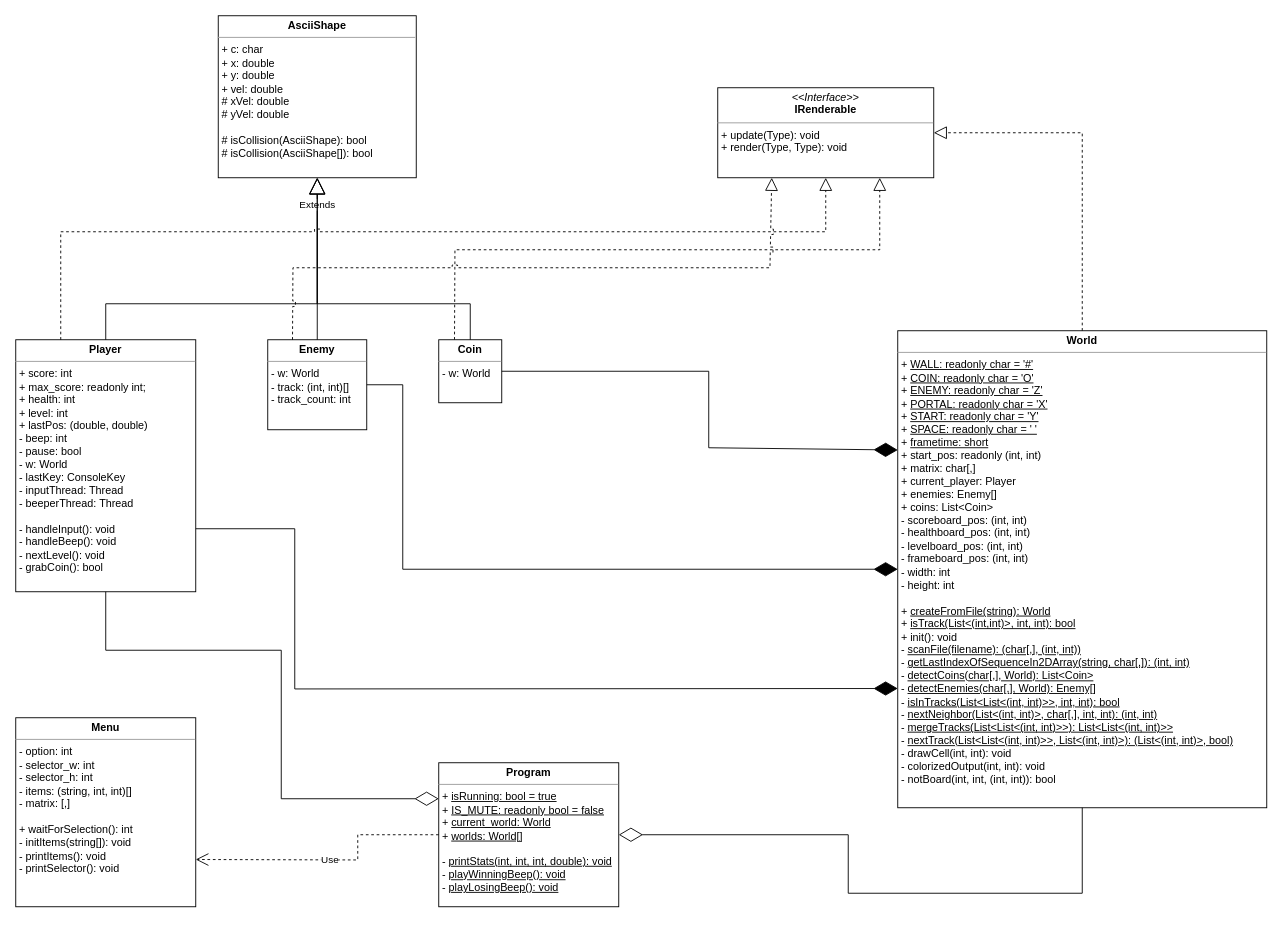
This is AsciiGame.drawio from Artemexbits/BISBB_SS2023_CB_GA1, a draw.io file, before an edit. Source tidied: cells renumbered, new cells numbered last; positions are measured from the earlier drawing's top-left corner, leaving out a move shared by most shapes. Both pictures are drawn from the tidied source at 90%, with x=0, y=0 at pixel (15, 15).
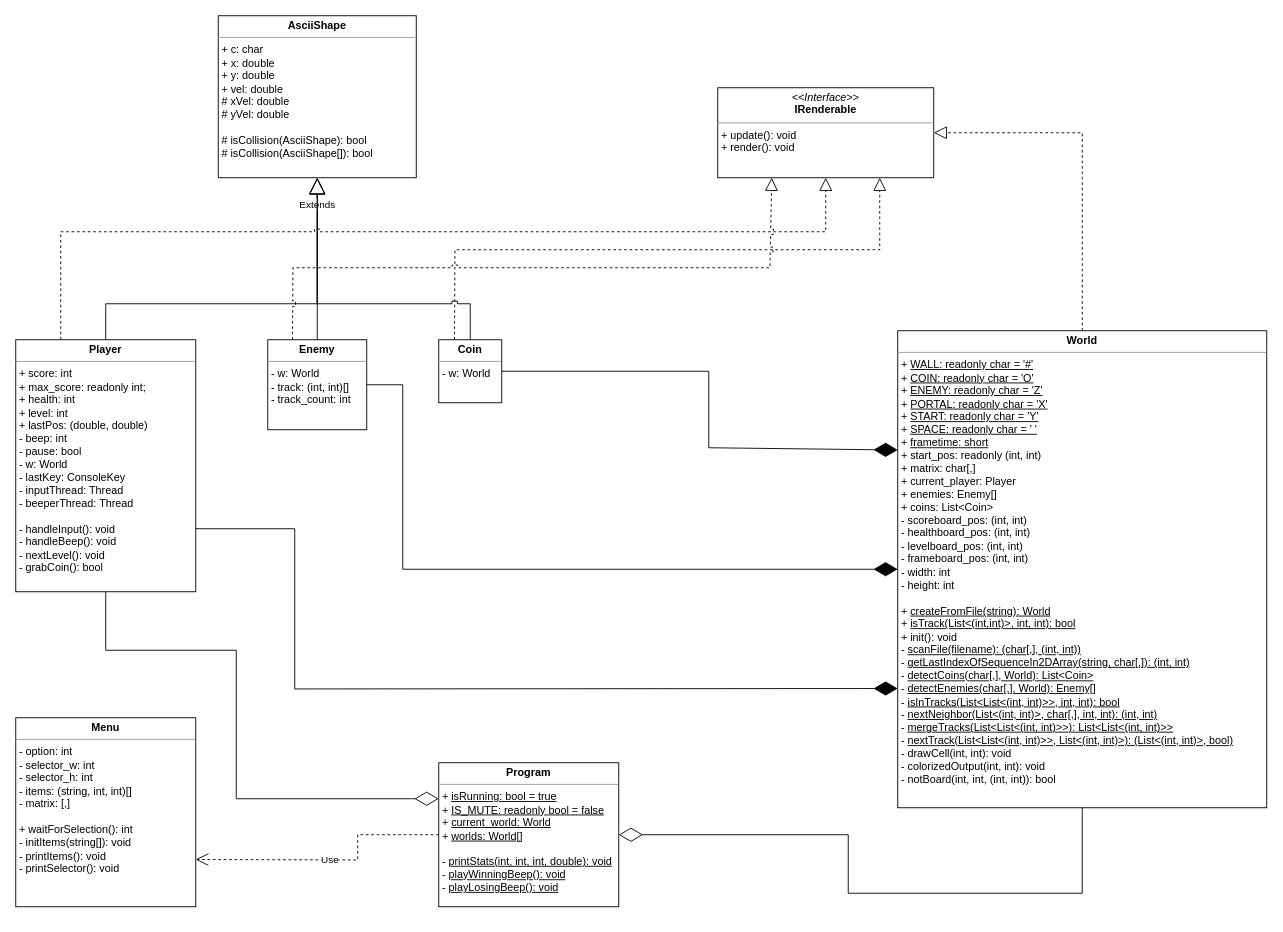
The same page after the edit.

Unchanged cells that the change refers to:
```xml
<mxCell id="3" value="&lt;p style=&quot;margin:0px;margin-top:4px;text-align:center;&quot;&gt;&lt;b&gt;AsciiShape&lt;/b&gt;&lt;/p&gt;&lt;hr size=&quot;1&quot;&gt;&lt;p style=&quot;margin:0px;margin-left:4px;&quot;&gt;+ c: char&lt;/p&gt;&lt;p style=&quot;margin:0px;margin-left:4px;&quot;&gt;+ x: double&lt;/p&gt;&lt;p style=&quot;margin:0px;margin-left:4px;&quot;&gt;+ y: double&lt;/p&gt;&lt;p style=&quot;margin:0px;margin-left:4px;&quot;&gt;+ vel: double&lt;/p&gt;&lt;p style=&quot;margin:0px;margin-left:4px;&quot;&gt;# xVel: double&lt;/p&gt;&lt;p style=&quot;margin:0px;margin-left:4px;&quot;&gt;# yVel: double&lt;/p&gt;&lt;p style=&quot;margin:0px;margin-left:4px;&quot;&gt;&lt;br&gt;&lt;/p&gt;&lt;p style=&quot;margin:0px;margin-left:4px;&quot;&gt;&lt;span style=&quot;background-color: initial;&quot;&gt;# isCollision(AsciiShape): bool&lt;/span&gt;&lt;/p&gt;&lt;p style=&quot;margin:0px;margin-left:4px;&quot;&gt;&lt;span style=&quot;background-color: initial;&quot;&gt;# isCollision(AsciiShape[]): bool&lt;/span&gt;&lt;/p&gt;" style="verticalAlign=top;align=left;overflow=fill;fontSize=12;fontFamily=Helvetica;html=1;" parent="1" vertex="1">
  <mxGeometry x="225" width="220" height="180" as="geometry" />
</mxCell>
<mxCell id="4" value="&lt;p style=&quot;margin:0px;margin-top:4px;text-align:center;&quot;&gt;&lt;b&gt;Player&lt;/b&gt;&lt;/p&gt;&lt;hr size=&quot;1&quot;&gt;&lt;p style=&quot;margin:0px;margin-left:4px;&quot;&gt;+ score: int&lt;/p&gt;&lt;p style=&quot;margin:0px;margin-left:4px;&quot;&gt;&lt;span style=&quot;background-color: initial;&quot;&gt;+ max_score: readonly int;&lt;/span&gt;&lt;/p&gt;&lt;p style=&quot;margin:0px;margin-left:4px;&quot;&gt;+ health: int&lt;/p&gt;&lt;p style=&quot;margin:0px;margin-left:4px;&quot;&gt;+ level: int&lt;/p&gt;&lt;p style=&quot;margin:0px;margin-left:4px;&quot;&gt;+ lastPos: (double, double)&lt;/p&gt;&lt;p style=&quot;margin:0px;margin-left:4px;&quot;&gt;- beep: int&lt;/p&gt;&lt;p style=&quot;margin:0px;margin-left:4px;&quot;&gt;&lt;span style=&quot;background-color: initial;&quot;&gt;- pause: bool&lt;/span&gt;&lt;/p&gt;&lt;p style=&quot;margin:0px;margin-left:4px;&quot;&gt;- w: World&lt;/p&gt;&lt;p style=&quot;margin:0px;margin-left:4px;&quot;&gt;&lt;span style=&quot;background-color: initial;&quot;&gt;- lastKey: ConsoleKey&lt;/span&gt;&lt;/p&gt;&lt;p style=&quot;margin:0px;margin-left:4px;&quot;&gt;- inputThread: Thread&lt;/p&gt;&lt;p style=&quot;margin:0px;margin-left:4px;&quot;&gt;- beeperThread: Thread&lt;/p&gt;&lt;p style=&quot;margin:0px;margin-left:4px;&quot;&gt;&lt;br&gt;&lt;/p&gt;&lt;p style=&quot;margin:0px;margin-left:4px;&quot;&gt;- handleInput(): void&lt;/p&gt;&lt;p style=&quot;margin:0px;margin-left:4px;&quot;&gt;- handleBeep(): void&lt;/p&gt;&lt;p style=&quot;margin:0px;margin-left:4px;&quot;&gt;- nextLevel(): void&lt;/p&gt;&lt;p style=&quot;margin:0px;margin-left:4px;&quot;&gt;- grabCoin(): bool&lt;/p&gt;" style="verticalAlign=top;align=left;overflow=fill;fontSize=12;fontFamily=Helvetica;html=1;" parent="1" vertex="1">
  <mxGeometry y="360" width="200" height="280" as="geometry" />
</mxCell>
<mxCell id="5" value="&lt;p style=&quot;margin:0px;margin-top:4px;text-align:center;&quot;&gt;&lt;b&gt;Coin&lt;/b&gt;&lt;/p&gt;&lt;hr size=&quot;1&quot;&gt;&lt;p style=&quot;margin:0px;margin-left:4px;&quot;&gt;- w: World&lt;/p&gt;" style="verticalAlign=top;align=left;overflow=fill;fontSize=12;fontFamily=Helvetica;html=1;" parent="1" vertex="1">
  <mxGeometry x="470" y="360" width="70" height="70" as="geometry" />
</mxCell>
<mxCell id="19" value="&lt;p style=&quot;margin:0px;margin-top:4px;text-align:center;&quot;&gt;&lt;b&gt;Program&lt;/b&gt;&lt;/p&gt;&lt;hr size=&quot;1&quot;&gt;&lt;p style=&quot;margin:0px;margin-left:4px;&quot;&gt;+ &lt;u&gt;isRunning: bool = true&lt;/u&gt;&lt;/p&gt;&lt;p style=&quot;margin:0px;margin-left:4px;&quot;&gt;+ &lt;u&gt;IS_MUTE: readonly bool = false&lt;/u&gt;&lt;/p&gt;&lt;p style=&quot;margin:0px;margin-left:4px;&quot;&gt;+ &lt;u&gt;current_world: World&lt;/u&gt;&lt;/p&gt;&lt;p style=&quot;margin:0px;margin-left:4px;&quot;&gt;+ &lt;u&gt;worlds: World[]&lt;/u&gt;&lt;/p&gt;&lt;p style=&quot;margin:0px;margin-left:4px;&quot;&gt;&lt;br&gt;&lt;/p&gt;&lt;p style=&quot;margin:0px;margin-left:4px;&quot;&gt;- &lt;u&gt;printStats(int, int, int, double): void&lt;/u&gt;&lt;/p&gt;&lt;p style=&quot;margin:0px;margin-left:4px;&quot;&gt;- &lt;u&gt;playWinningBeep(): void&lt;/u&gt;&lt;/p&gt;&lt;p style=&quot;margin:0px;margin-left:4px;&quot;&gt;- &lt;u&gt;playLosingBeep(): void&lt;/u&gt;&lt;/p&gt;" style="verticalAlign=top;align=left;overflow=fill;fontSize=12;fontFamily=Helvetica;html=1;" parent="1" vertex="1">
  <mxGeometry x="470" y="830" width="200" height="160" as="geometry" />
</mxCell>
```

What changed in the source:
```diff
@@
-    <mxCell id="8" style="endArrow=block;endSize=16;endFill=0;html=1;rounded=0;exitX=0.5;exitY=0;exitDx=0;exitDy=0;entryX=0.5;entryY=1;entryDx=0;entryDy=0;" parent="1" edge="1" source="5" target="3">
+    <mxCell id="8" style="endArrow=block;endSize=16;endFill=0;html=1;rounded=0;exitX=0.5;exitY=0;exitDx=0;exitDy=0;entryX=0.5;entryY=1;entryDx=0;entryDy=0;jumpStyle=sharp;" parent="1" edge="1" source="5" target="3">
       <mxGeometry relative="1" as="geometry">
         <Array as="points">
           <mxPoint x="505" y="320" />
           <mxPoint x="335" y="320" />
         </Array>
       </mxGeometry>
     </mxCell>
@@
-    <mxCell id="10" value="&lt;p style=&quot;margin:0px;margin-top:4px;text-align:center;&quot;&gt;&lt;i&gt;&amp;lt;&amp;lt;Interface&amp;gt;&amp;gt;&lt;/i&gt;&lt;br&gt;&lt;b&gt;IRenderable&lt;/b&gt;&lt;/p&gt;&lt;hr size=&quot;1&quot;&gt;&lt;p style=&quot;margin:0px;margin-left:4px;&quot;&gt;+ update(Type): void&lt;br&gt;+ render(Type, Type): void&lt;/p&gt;" style="verticalAlign=top;align=left;overflow=fill;fontSize=12;fontFamily=Helvetica;html=1;" parent="1" vertex="1">
+    <mxCell id="10" value="&lt;p style=&quot;margin:0px;margin-top:4px;text-align:center;&quot;&gt;&lt;i&gt;&amp;lt;&amp;lt;Interface&amp;gt;&amp;gt;&lt;/i&gt;&lt;br&gt;&lt;b&gt;IRenderable&lt;/b&gt;&lt;/p&gt;&lt;hr size=&quot;1&quot;&gt;&lt;p style=&quot;margin:0px;margin-left:4px;&quot;&gt;+ update(): void&lt;br&gt;+ render(): void&lt;/p&gt;" style="verticalAlign=top;align=left;overflow=fill;fontSize=12;fontFamily=Helvetica;html=1;" parent="1" vertex="1">
       <mxGeometry x="780" y="80" width="240" height="100" as="geometry" />
     </mxCell>
@@
     <mxCell id="22" style="endArrow=diamondThin;endFill=0;endSize=24;html=1;rounded=0;exitX=0.5;exitY=1;exitDx=0;exitDy=0;entryX=0;entryY=0.25;entryDx=0;entryDy=0;" parent="1" edge="1" source="4" target="19">
       <mxGeometry relative="1" as="geometry">
         <Array as="points">
           <mxPoint x="100" y="705" />
-          <mxPoint x="295" y="705" />
-          <mxPoint x="295" y="870" />
+          <mxPoint x="245" y="705" />
+          <mxPoint x="245" y="870" />
         </Array>
       </mxGeometry>
     </mxCell>
```
